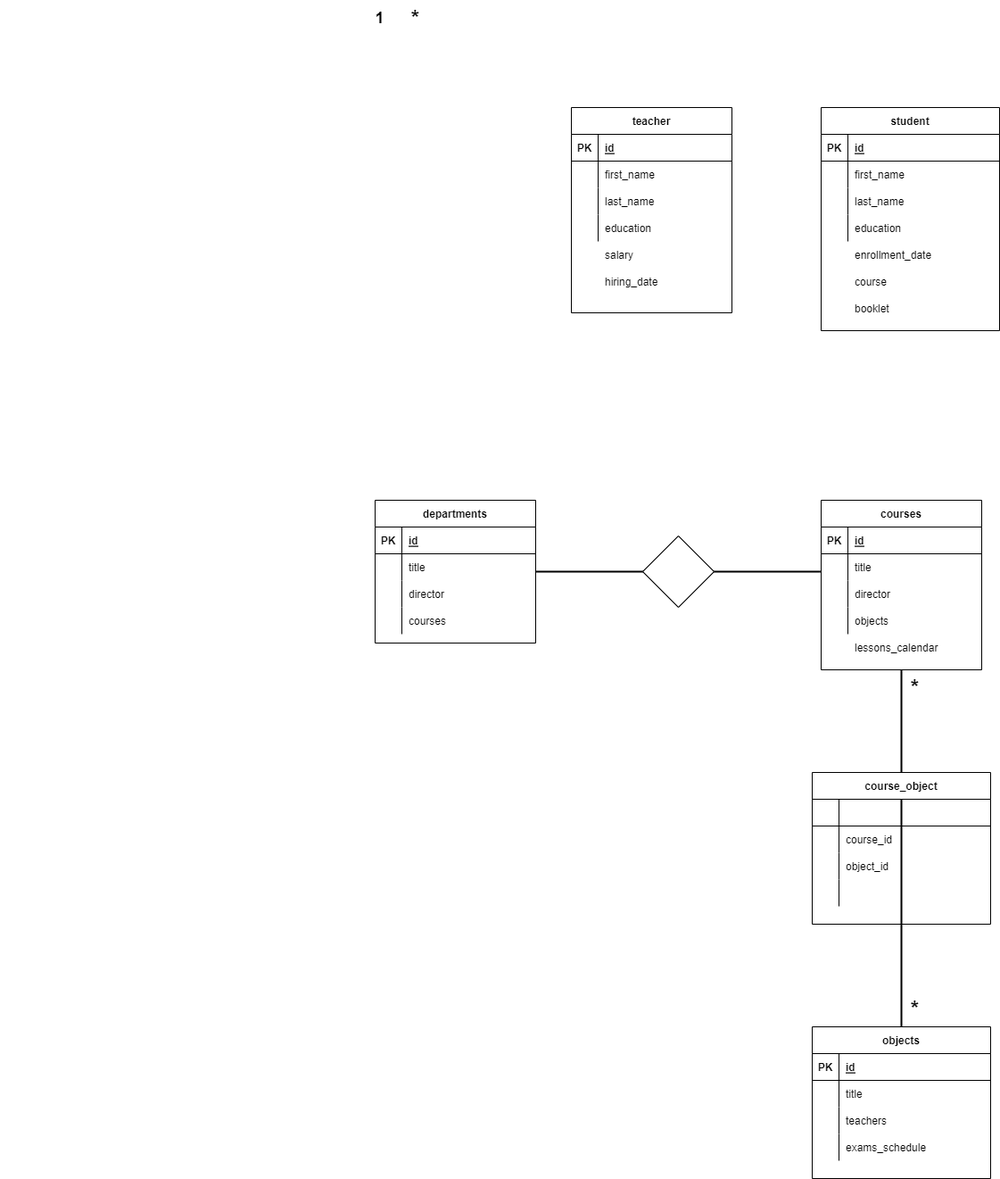
This is db-university.png from marcocalligaris/db-university, a draw.io export, as it was before one commit. Source tidied: cells renumbered, new cells last; positions are measured from the earlier drawing's top-left corner, leaving out a move shared by most shapes.
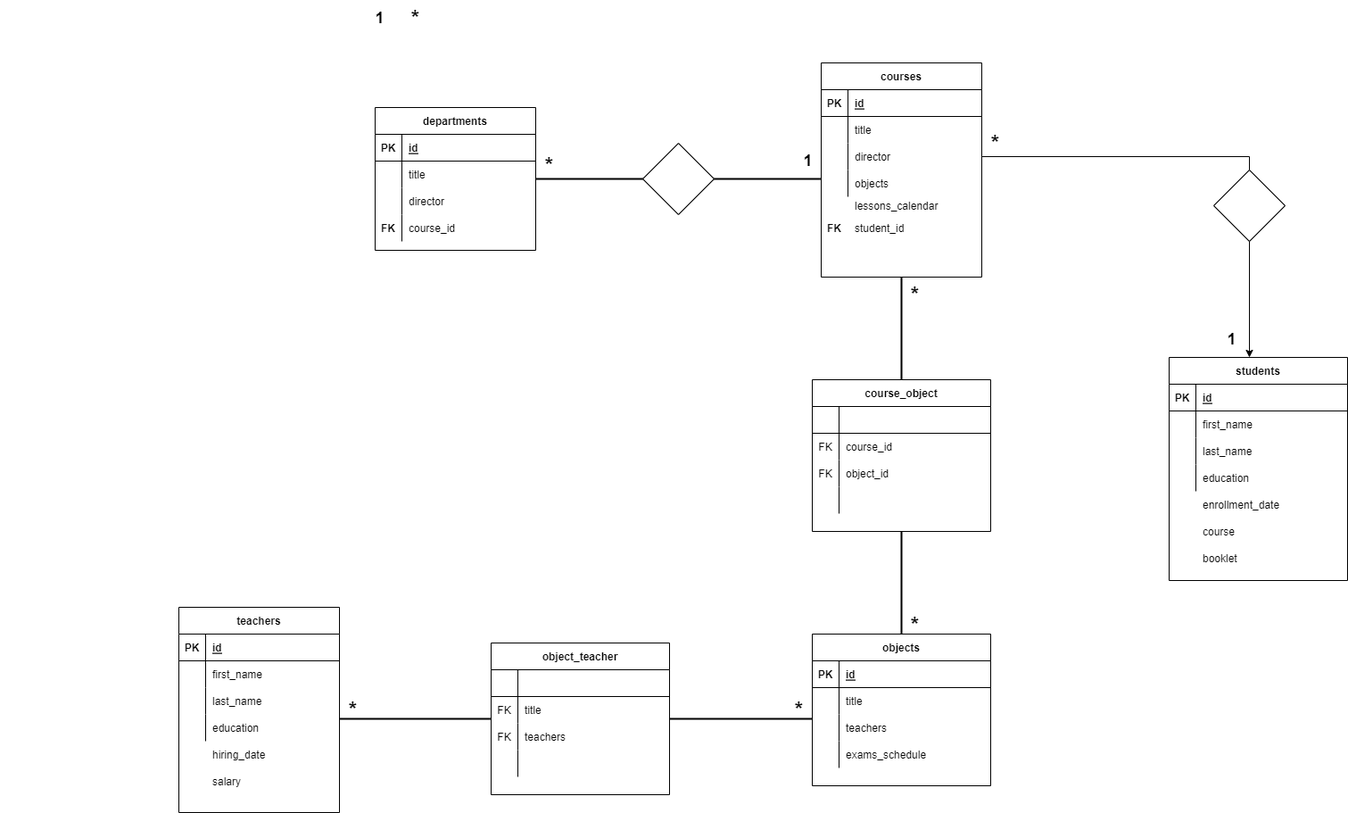
The same diagram one commit later.

What changed in the source:
```diff
@@ -3,7 +3,7 @@
     <mxCell id="0" />
     <mxCell id="1" parent="0" />
     <mxCell id="2" value="courses" style="shape=table;startSize=30;rowLines=0;fontStyle=1;align=center;" parent="1" vertex="1">
-      <mxGeometry x="920" y="560" width="180" height="190" as="geometry" />
+      <mxGeometry x="920" y="510" width="180" height="240" as="geometry" />
     </mxCell>
     <mxCell id="3" style="shape=tableRow;horizontal=0;startSize=0;swimlaneHead=0;swimlaneBody=0;fillColor=none;top=0;left=0;right=0;bottom=1;" parent="2" vertex="1">
       <mxGeometry y="30" width="180" height="30" as="geometry" />
@@ -77,7 +77,7 @@
     <mxCell id="26" style="shape=partialRectangle;fillColor=none;top=0;left=0;bottom=0;right=0;overflow=hidden;" parent="25" vertex="1">
       <mxGeometry width="30" height="30" as="geometry" />
     </mxCell>
-    <mxCell id="27" value="courses" style="shape=partialRectangle;fillColor=none;top=0;left=0;bottom=0;right=0;align=left;spacingLeft=6;overflow=hidden;" parent="25" vertex="1">
+    <mxCell id="27" value="course_id" style="shape=partialRectangle;fillColor=none;top=0;left=0;bottom=0;right=0;align=left;spacingLeft=6;overflow=hidden;" parent="25" vertex="1">
       <mxGeometry x="30" width="150" height="30" as="geometry" />
     </mxCell>
     <mxCell id="28" style="line;strokeWidth=2;html=1;" parent="1" vertex="1">
@@ -126,13 +126,13 @@
       <mxGeometry x="30" width="170" height="30" as="geometry" />
     </mxCell>
     <mxCell id="43" style="line;strokeWidth=2;html=1;direction=south;" parent="1" vertex="1">
-      <mxGeometry x="1005" y="750" width="10" height="400" as="geometry" />
+      <mxGeometry x="1005" y="750" width="10" height="120" as="geometry" />
     </mxCell>
     <mxCell id="44" value="lessons_calendar" style="shape=partialRectangle;fillColor=none;top=0;left=0;bottom=0;right=0;align=left;spacingLeft=6;overflow=hidden;" parent="1" vertex="1">
-      <mxGeometry x="950" y="710" width="150" height="30" as="geometry" />
+      <mxGeometry x="950" y="655" width="150" height="30" as="geometry" />
     </mxCell>
-    <mxCell id="45" value="teacher" style="shape=table;startSize=30;rowLines=0;fontStyle=1;align=center;" parent="1" vertex="1">
-      <mxGeometry x="640" y="120" width="180" height="230" as="geometry" />
+    <mxCell id="45" value="teachers" style="shape=table;startSize=30;rowLines=0;fontStyle=1;align=center;" parent="1" vertex="1">
+      <mxGeometry x="200" y="1120" width="180" height="230" as="geometry" />
     </mxCell>
     <mxCell id="46" style="shape=tableRow;horizontal=0;startSize=0;swimlaneHead=0;swimlaneBody=0;fillColor=none;top=0;left=0;right=0;bottom=1;" parent="45" vertex="1">
       <mxGeometry y="30" width="180" height="30" as="geometry" />
@@ -171,13 +171,13 @@
       <mxGeometry x="30" width="150" height="30" as="geometry" />
     </mxCell>
     <mxCell id="58" value="salary" style="shape=partialRectangle;fillColor=none;top=0;left=0;bottom=0;right=0;align=left;spacingLeft=6;overflow=hidden;" parent="1" vertex="1">
-      <mxGeometry x="670" y="270" width="150" height="30" as="geometry" />
+      <mxGeometry x="230" y="1300" width="150" height="30" as="geometry" />
     </mxCell>
     <mxCell id="59" value="hiring_date" style="shape=partialRectangle;fillColor=none;top=0;left=0;bottom=0;right=0;align=left;spacingLeft=6;overflow=hidden;" parent="1" vertex="1">
-      <mxGeometry x="670" y="300" width="150" height="30" as="geometry" />
+      <mxGeometry x="230" y="1270" width="150" height="30" as="geometry" />
     </mxCell>
-    <mxCell id="60" value="student" style="shape=table;startSize=30;rowLines=0;fontStyle=1;align=center;" parent="1" vertex="1">
-      <mxGeometry x="920" y="120" width="200" height="250" as="geometry" />
+    <mxCell id="60" value="students" style="shape=table;startSize=30;rowLines=0;fontStyle=1;align=center;" parent="1" vertex="1">
+      <mxGeometry x="1310" y="840" width="200" height="250" as="geometry" />
     </mxCell>
     <mxCell id="61" style="shape=tableRow;horizontal=0;startSize=0;swimlaneHead=0;swimlaneBody=0;fillColor=none;top=0;left=0;right=0;bottom=1;" parent="60" vertex="1">
       <mxGeometry y="30" width="200" height="30" as="geometry" />
@@ -215,11 +215,8 @@
     <mxCell id="72" value="education" style="shape=partialRectangle;fillColor=none;top=0;left=0;bottom=0;right=0;align=left;spacingLeft=6;overflow=hidden;" parent="70" vertex="1">
       <mxGeometry x="30" width="170" height="30" as="geometry" />
     </mxCell>
-    <mxCell id="73" value="course" style="shape=partialRectangle;fillColor=none;top=0;left=0;bottom=0;right=0;align=left;spacingLeft=6;overflow=hidden;" parent="1" vertex="1">
-      <mxGeometry x="950" y="300" width="150" height="30" as="geometry" />
-    </mxCell>
     <mxCell id="74" value="booklet" style="shape=partialRectangle;fillColor=none;top=0;left=0;bottom=0;right=0;align=left;spacingLeft=6;overflow=hidden;" parent="1" vertex="1">
-      <mxGeometry x="950" y="330" width="150" height="30" as="geometry" />
+      <mxGeometry x="1340" y="1050" width="150" height="30" as="geometry" />
     </mxCell>
     <mxCell id="75" value="exams_schedule" style="shape=partialRectangle;fillColor=none;top=0;left=0;bottom=0;right=0;align=left;spacingLeft=6;overflow=hidden;" parent="1" vertex="1">
       <mxGeometry x="940" y="1270" width="170" height="30" as="geometry" />
@@ -230,9 +227,6 @@
     <mxCell id="77" style="shape=partialRectangle;fillColor=none;top=0;left=0;bottom=0;right=0;overflow=hidden;" parent="76" vertex="1">
       <mxGeometry width="30" height="30" as="geometry" />
     </mxCell>
-    <mxCell id="78" value="enrollment_date" style="shape=partialRectangle;fillColor=none;top=0;left=0;bottom=0;right=0;align=left;spacingLeft=6;overflow=hidden;" parent="1" vertex="1">
-      <mxGeometry x="950" y="270" width="150" height="30" as="geometry" />
-    </mxCell>
     <mxCell id="79" value="course_object" style="shape=table;startSize=30;rowLines=0;fontStyle=1;align=center;" parent="1" vertex="1">
       <mxGeometry x="910" y="865" width="200" height="170" as="geometry" />
     </mxCell>
@@ -248,7 +242,7 @@
     <mxCell id="83" style="shape=tableRow;horizontal=0;startSize=0;swimlaneHead=0;swimlaneBody=0;fillColor=none;top=0;left=0;right=0;bottom=0;" parent="79" vertex="1">
       <mxGeometry y="60" width="200" height="30" as="geometry" />
     </mxCell>
-    <mxCell id="84" style="shape=partialRectangle;fillColor=none;top=0;left=0;bottom=0;right=0;overflow=hidden;" parent="83" vertex="1">
+    <mxCell id="84" value="FK" style="shape=partialRectangle;fillColor=none;top=0;left=0;bottom=0;right=0;overflow=hidden;" parent="83" vertex="1">
       <mxGeometry width="30" height="30" as="geometry" />
     </mxCell>
     <mxCell id="85" value="course_id" style="shape=partialRectangle;fillColor=none;top=0;left=0;bottom=0;right=0;align=left;spacingLeft=6;overflow=hidden;" parent="83" vertex="1">
@@ -257,7 +251,7 @@
     <mxCell id="86" style="shape=tableRow;horizontal=0;startSize=0;swimlaneHead=0;swimlaneBody=0;fillColor=none;top=0;left=0;right=0;bottom=0;" parent="79" vertex="1">
       <mxGeometry y="90" width="200" height="30" as="geometry" />
     </mxCell>
-    <mxCell id="87" style="shape=partialRectangle;fillColor=none;top=0;left=0;bottom=0;right=0;overflow=hidden;" parent="86" vertex="1">
+    <mxCell id="87" value="FK" style="shape=partialRectangle;fillColor=none;top=0;left=0;bottom=0;right=0;overflow=hidden;" parent="86" vertex="1">
       <mxGeometry width="30" height="30" as="geometry" />
     </mxCell>
     <mxCell id="88" value="object_id" style="shape=partialRectangle;fillColor=none;top=0;left=0;bottom=0;right=0;align=left;spacingLeft=6;overflow=hidden;" parent="86" vertex="1">
@@ -276,13 +270,105 @@
       <mxGeometry x="1010" y="750" width="30" height="40" as="geometry" />
     </mxCell>
     <mxCell id="93" value="&lt;b&gt;&lt;font style=&quot;font-size: 24px;&quot;&gt;*&lt;/font&gt;&lt;/b&gt;" style="text;html=1;align=center;verticalAlign=middle;fillColor=none;strokeColor=none;rounded=0;fontSize=18;" parent="1" vertex="1">
-      <mxGeometry x="1010" y="1110" width="30" height="40" as="geometry" />
+      <mxGeometry x="1010" y="1120" width="30" height="40" as="geometry" />
     </mxCell>
     <mxCell id="94" value="&lt;b&gt;&lt;font style=&quot;font-size: 18px;&quot;&gt;1&lt;/font&gt;&lt;/b&gt;" style="text;html=1;align=center;verticalAlign=middle;fillColor=none;strokeColor=none;rounded=0;" parent="1" vertex="1">
-      <mxGeometry x="410" width="30" height="40" as="geometry" />
+      <mxGeometry x="410" y="440" width="30" height="40" as="geometry" />
     </mxCell>
     <mxCell id="95" value="&lt;b&gt;&lt;font style=&quot;font-size: 24px;&quot;&gt;*&lt;/font&gt;&lt;/b&gt;" style="text;html=1;align=center;verticalAlign=middle;fillColor=none;strokeColor=none;rounded=0;fontSize=18;" parent="1" vertex="1">
-      <mxGeometry x="450" width="30" height="40" as="geometry" />
+      <mxGeometry x="450" y="440" width="30" height="40" as="geometry" />
     </mxCell>
+    <mxCell id="96" style="line;strokeWidth=2;html=1;direction=south;" parent="1" vertex="1">
+      <mxGeometry x="1005" y="1035" width="10" height="115" as="geometry" />
+    </mxCell>
+    <mxCell id="78" value="enrollment_date" style="shape=partialRectangle;fillColor=none;top=0;left=0;bottom=0;right=0;align=left;spacingLeft=6;overflow=hidden;" parent="1" vertex="1">
+      <mxGeometry x="1340" y="990" width="150" height="30" as="geometry" />
+    </mxCell>
+    <mxCell id="73" value="course" style="shape=partialRectangle;fillColor=none;top=0;left=0;bottom=0;right=0;align=left;spacingLeft=6;overflow=hidden;" parent="1" vertex="1">
+      <mxGeometry x="1340" y="1020" width="150" height="30" as="geometry" />
+    </mxCell>
+    <mxCell id="97" value="&lt;b&gt;&lt;font style=&quot;font-size: 18px;&quot;&gt;1&lt;/font&gt;&lt;/b&gt;" style="text;html=1;align=center;verticalAlign=middle;fillColor=none;strokeColor=none;rounded=0;" parent="1" vertex="1">
+      <mxGeometry x="890" y="600" width="30" height="40" as="geometry" />
+    </mxCell>
+    <mxCell id="98" value="&lt;b&gt;&lt;font style=&quot;font-size: 24px;&quot;&gt;*&lt;/font&gt;&lt;/b&gt;" style="text;html=1;align=center;verticalAlign=middle;fillColor=none;strokeColor=none;rounded=0;fontSize=18;" parent="1" vertex="1">
+      <mxGeometry x="600" y="605" width="30" height="40" as="geometry" />
+    </mxCell>
+    <mxCell id="99" style="line;strokeWidth=2;html=1;" parent="1" vertex="1">
+      <mxGeometry x="380" y="1240" width="170" height="10" as="geometry" />
+    </mxCell>
+    <mxCell id="100" style="line;strokeWidth=2;html=1;" parent="1" vertex="1">
+      <mxGeometry x="750" y="1240" width="160" height="10" as="geometry" />
+    </mxCell>
+    <mxCell id="101" value="object_teacher" style="shape=table;startSize=30;rowLines=0;fontStyle=1;align=center;" parent="1" vertex="1">
+      <mxGeometry x="550" y="1160" width="200" height="170" as="geometry" />
+    </mxCell>
+    <mxCell id="102" style="shape=tableRow;horizontal=0;startSize=0;swimlaneHead=0;swimlaneBody=0;fillColor=none;top=0;left=0;right=0;bottom=1;" parent="101" vertex="1">
+      <mxGeometry y="30" width="200" height="30" as="geometry" />
+    </mxCell>
+    <mxCell id="103" style="shape=partialRectangle;fillColor=none;top=0;left=0;bottom=0;right=0;fontStyle=1;overflow=hidden;" parent="102" vertex="1">
+      <mxGeometry width="30" height="30" as="geometry" />
+    </mxCell>
+    <mxCell id="104" style="shape=partialRectangle;fillColor=none;top=0;left=0;bottom=0;right=0;align=left;spacingLeft=6;fontStyle=5;overflow=hidden;" parent="102" vertex="1">
+      <mxGeometry x="30" width="170" height="30" as="geometry" />
+    </mxCell>
+    <mxCell id="105" style="shape=tableRow;horizontal=0;startSize=0;swimlaneHead=0;swimlaneBody=0;fillColor=none;top=0;left=0;right=0;bottom=0;" parent="101" vertex="1">
+      <mxGeometry y="60" width="200" height="30" as="geometry" />
+    </mxCell>
+    <mxCell id="106" value="FK" style="shape=partialRectangle;fillColor=none;top=0;left=0;bottom=0;right=0;overflow=hidden;" parent="105" vertex="1">
+      <mxGeometry width="30" height="30" as="geometry" />
+    </mxCell>
+    <mxCell id="107" value="title" style="shape=partialRectangle;fillColor=none;top=0;left=0;bottom=0;right=0;align=left;spacingLeft=6;overflow=hidden;" parent="105" vertex="1">
+      <mxGeometry x="30" width="170" height="30" as="geometry" />
+    </mxCell>
+    <mxCell id="108" style="shape=tableRow;horizontal=0;startSize=0;swimlaneHead=0;swimlaneBody=0;fillColor=none;top=0;left=0;right=0;bottom=0;" parent="101" vertex="1">
+      <mxGeometry y="90" width="200" height="30" as="geometry" />
+    </mxCell>
+    <mxCell id="109" value="FK" style="shape=partialRectangle;fillColor=none;top=0;left=0;bottom=0;right=0;overflow=hidden;" parent="108" vertex="1">
+      <mxGeometry width="30" height="30" as="geometry" />
+    </mxCell>
+    <mxCell id="110" value="teachers" style="shape=partialRectangle;fillColor=none;top=0;left=0;bottom=0;right=0;align=left;spacingLeft=6;overflow=hidden;" parent="108" vertex="1">
+      <mxGeometry x="30" width="170" height="30" as="geometry" />
+    </mxCell>
+    <mxCell id="111" style="shape=tableRow;horizontal=0;startSize=0;swimlaneHead=0;swimlaneBody=0;fillColor=none;top=0;left=0;right=0;bottom=0;" parent="101" vertex="1">
+      <mxGeometry y="120" width="200" height="30" as="geometry" />
+    </mxCell>
+    <mxCell id="112" style="shape=partialRectangle;fillColor=none;top=0;left=0;bottom=0;right=0;overflow=hidden;" parent="111" vertex="1">
+      <mxGeometry width="30" height="30" as="geometry" />
+    </mxCell>
+    <mxCell id="113" style="shape=partialRectangle;fillColor=none;top=0;left=0;bottom=0;right=0;align=left;spacingLeft=6;overflow=hidden;" parent="111" vertex="1">
+      <mxGeometry x="30" width="170" height="30" as="geometry" />
+    </mxCell>
+    <mxCell id="114" value="&lt;b&gt;&lt;font style=&quot;font-size: 24px;&quot;&gt;*&lt;/font&gt;&lt;/b&gt;" style="text;html=1;align=center;verticalAlign=middle;fillColor=none;strokeColor=none;rounded=0;fontSize=18;" parent="1" vertex="1">
+      <mxGeometry x="380" y="1215" width="30" height="40" as="geometry" />
+    </mxCell>
+    <mxCell id="115" value="&lt;b&gt;&lt;font style=&quot;font-size: 24px;&quot;&gt;*&lt;/font&gt;&lt;/b&gt;" style="text;html=1;align=center;verticalAlign=middle;fillColor=none;strokeColor=none;rounded=0;fontSize=18;" parent="1" vertex="1">
+      <mxGeometry x="880" y="1215" width="30" height="40" as="geometry" />
+    </mxCell>
+    <mxCell id="116" style="edgeStyle=segmentEdgeStyle;endArrow=classic;html=1;rounded=0;fontSize=24;exitX=1;exitY=0.5;exitDx=0;exitDy=0;startArrow=none;" parent="1" edge="1" source="117">
+      <mxGeometry relative="1" as="geometry">
+        <mxPoint x="1400" y="840" as="targetPoint" />
+      </mxGeometry>
+    </mxCell>
+    <mxCell id="117" style="rhombus;whiteSpace=wrap;html=1;fontSize=24;" parent="1" vertex="1">
+      <mxGeometry x="1360" y="630" width="80" height="80" as="geometry" />
+    </mxCell>
+    <mxCell id="118" style="edgeStyle=segmentEdgeStyle;endArrow=none;html=1;rounded=0;fontSize=24;exitX=1;exitY=0.5;exitDx=0;exitDy=0;" parent="1" edge="1" source="9" target="117">
+      <mxGeometry relative="1" as="geometry" />
+    </mxCell>
+    <mxCell id="119" value="student_id" style="shape=partialRectangle;fillColor=none;top=0;left=0;bottom=0;right=0;align=left;spacingLeft=6;overflow=hidden;" parent="1" vertex="1">
+      <mxGeometry x="950" y="680" width="150" height="30" as="geometry" />
+    </mxCell>
+    <mxCell id="120" value="FK" style="shape=partialRectangle;fillColor=none;top=0;left=0;bottom=0;right=0;fontStyle=1;overflow=hidden;" parent="1" vertex="1">
+      <mxGeometry x="920" y="680" width="30" height="30" as="geometry" />
+    </mxCell>
+    <mxCell id="121" value="&lt;b&gt;&lt;font style=&quot;font-size: 24px;&quot;&gt;*&lt;/font&gt;&lt;/b&gt;" style="text;html=1;align=center;verticalAlign=middle;fillColor=none;strokeColor=none;rounded=0;fontSize=18;" parent="1" vertex="1">
+      <mxGeometry x="1100" y="580" width="30" height="40" as="geometry" />
+    </mxCell>
+    <mxCell id="122" value="&lt;b&gt;&lt;font style=&quot;font-size: 18px;&quot;&gt;1&lt;/font&gt;&lt;/b&gt;" style="text;html=1;align=center;verticalAlign=middle;fillColor=none;strokeColor=none;rounded=0;" parent="1" vertex="1">
+      <mxGeometry x="1365" y="800" width="30" height="40" as="geometry" />
+    </mxCell>
+    <mxCell id="123" value="FK" style="shape=partialRectangle;fillColor=none;top=0;left=0;bottom=0;right=0;fontStyle=1;overflow=hidden;" parent="1" vertex="1">
+      <mxGeometry x="420" y="680" width="30" height="30" as="geometry" />
+    </mxCell>
   </root>
 </mxGraphModel>
```
